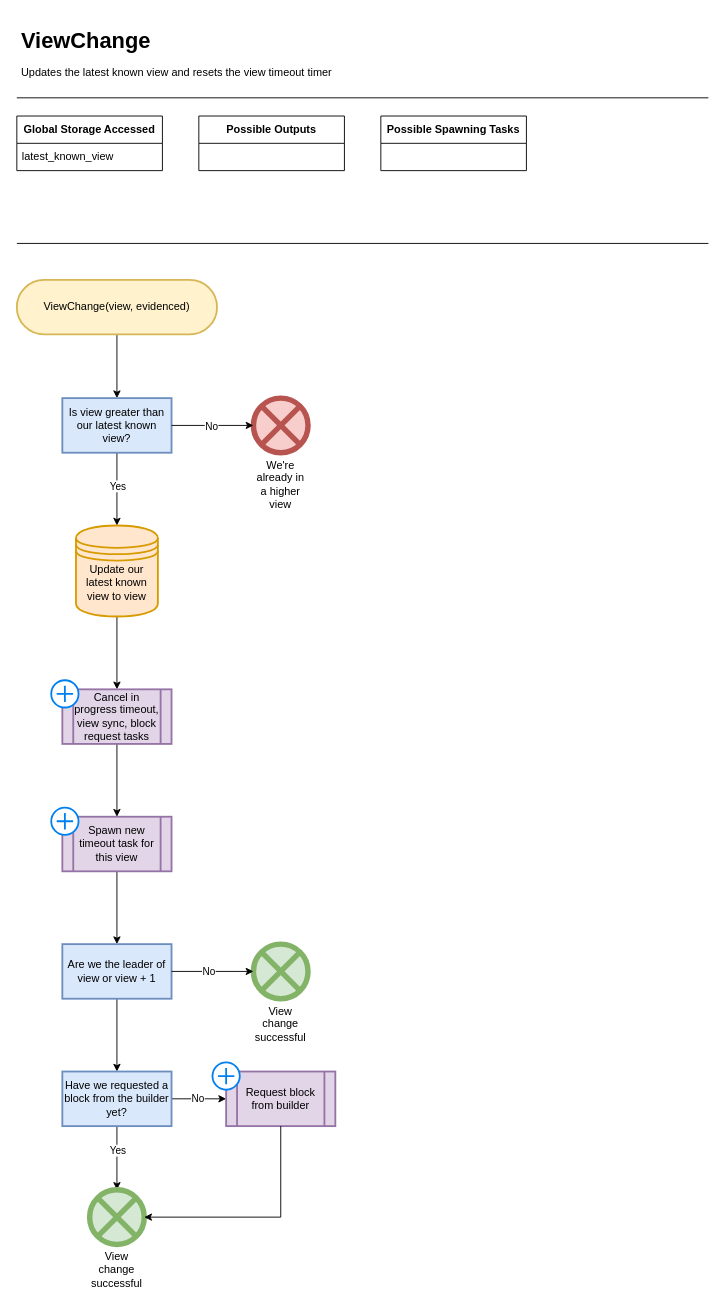
Earlier version of the draw.io diagram page "ViewChange" (7 of 17) of docs/diagrams/HotShotFlow.drawio (EspressoSystems/HotShot). Source tidied: cells renumbered, new cells numbered last; positions are measured from the earlier drawing's top-left corner, leaving out a move shared by most shapes. Both pictures are drawn from the tidied source at 91%, with x=0, y=0 at pixel (16, 25).
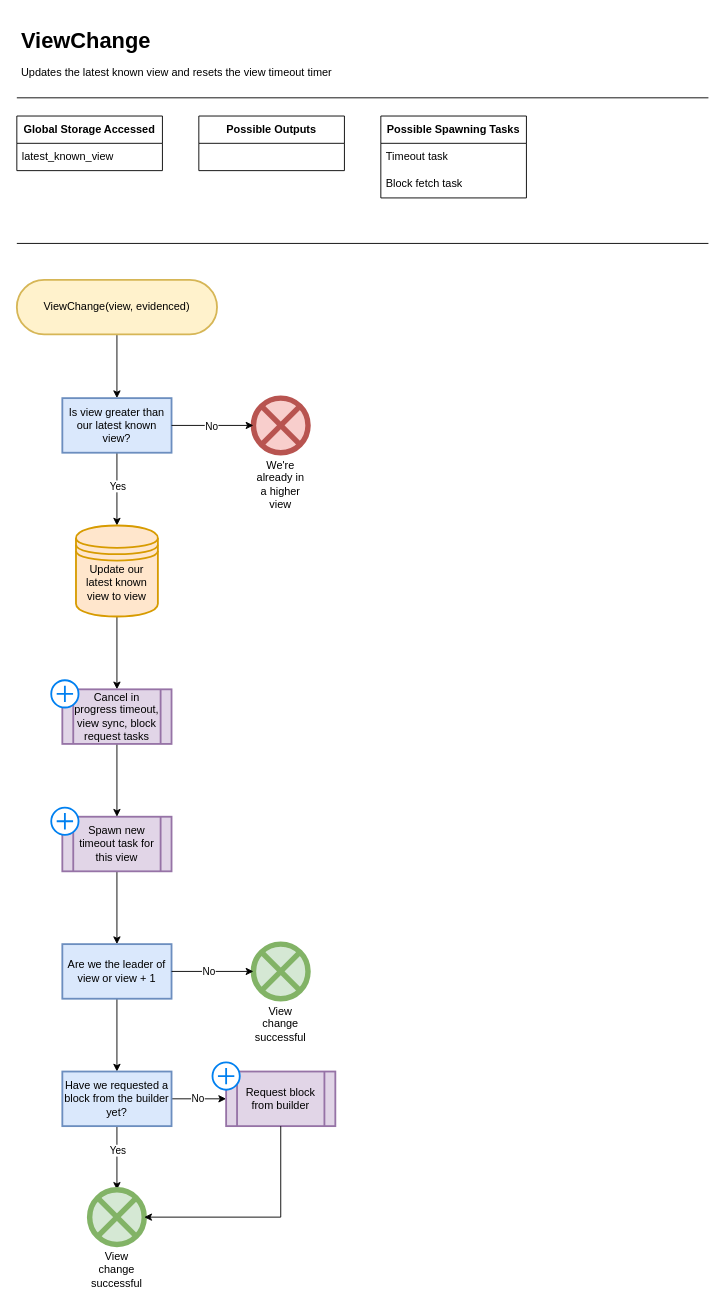
After the change.

Change to the diagram source:
```diff
@@
     <mxCell id="7" value="&lt;b&gt;Possible Spawning Tasks&lt;/b&gt;" style="swimlane;fontStyle=0;horizontal=1;startSize=30;whiteSpace=wrap;html=1;" parent="1" vertex="1">
-      <mxGeometry x="400" y="100" width="160" height="60" as="geometry" />
+      <mxGeometry x="400" y="100" width="160" height="90" as="geometry" />
     </mxCell>
+    <mxCell id="39" value="Timeout task" style="text;strokeColor=none;fillColor=none;align=left;verticalAlign=middle;spacingLeft=4;spacingRight=4;overflow=hidden;whiteSpace=wrap;html=1;" parent="7" vertex="1">
+      <mxGeometry y="30" width="160" height="30" as="geometry" />
+    </mxCell>
+    <mxCell id="40" value="Block fetch task" style="text;strokeColor=none;fillColor=none;align=left;verticalAlign=middle;spacingLeft=4;spacingRight=4;overflow=hidden;whiteSpace=wrap;html=1;" parent="7" vertex="1">
+      <mxGeometry y="60" width="160" height="30" as="geometry" />
+    </mxCell>
```
